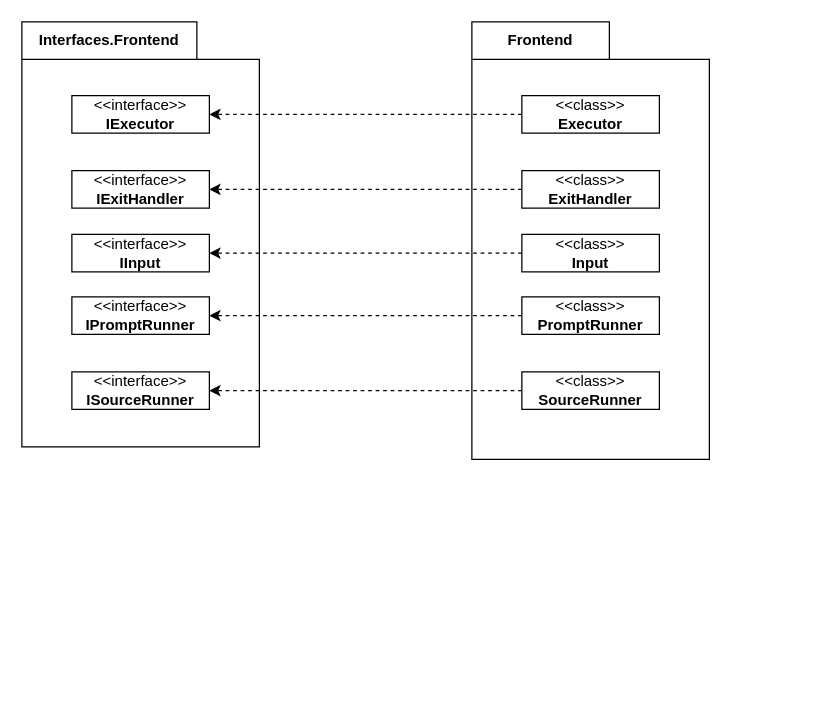
Above: cslox/doc/uml-package-diagram.drawio in sradms0/lox (draw.io), before the change. Source tidied: cells renumbered, new cells numbered last; positions are measured from the earlier drawing's top-left corner, leaving out a move shared by most shapes. Both pictures are drawn from the tidied source at 125%, with x=0, y=0 at pixel (21, 21).
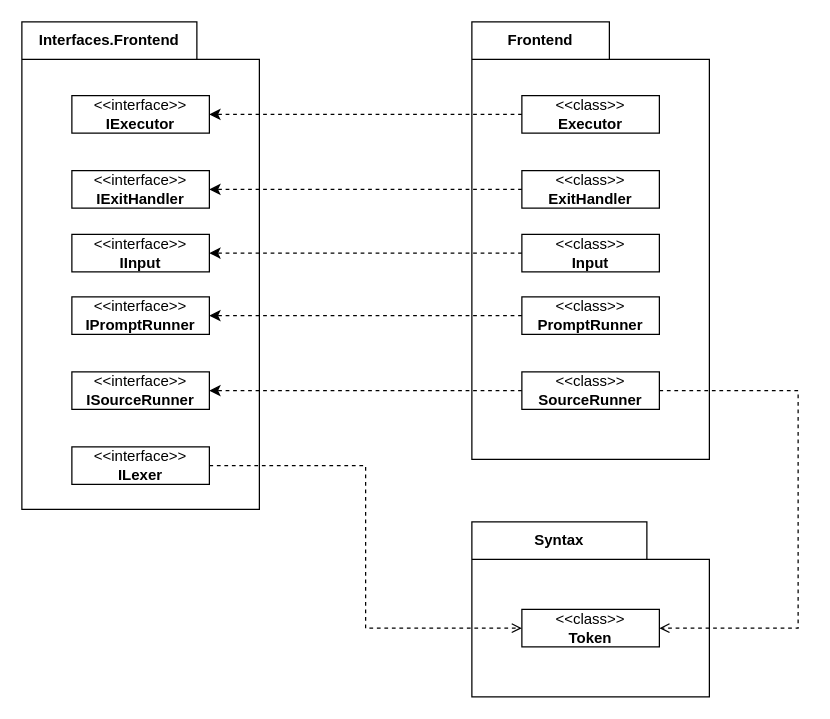
After the change.

Unchanged cells that the change refers to:
```xml
<mxCell id="12" value="&lt;div&gt;&amp;lt;&amp;lt;class&amp;gt;&amp;gt;&lt;/div&gt;&lt;b&gt;SourceRunner&lt;/b&gt;" style="html=1;whiteSpace=wrap;" parent="8" vertex="1">
  <mxGeometry x="40" y="280" width="110" height="30" as="geometry" />
</mxCell>
```

Diff of the diagram source:
```diff
@@
     <mxCell id="2" value="Interfaces.Frontend" style="shape=folder;fontStyle=1;tabWidth=140;tabHeight=30;tabPosition=left;html=1;boundedLbl=1;labelInHeader=1;whiteSpace=wrap;" parent="1" vertex="1">
-      <mxGeometry width="190" height="340" as="geometry" />
+      <mxGeometry width="190" height="390" as="geometry" />
     </mxCell>
@@
+    <mxCell id="19" value="&lt;div&gt;&amp;lt;&amp;lt;interface&amp;gt;&amp;gt;&lt;/div&gt;&lt;b&gt;ILexer&lt;/b&gt;" style="html=1;whiteSpace=wrap;" parent="2" vertex="1">
+      <mxGeometry x="40" y="340" width="110" height="30" as="geometry" />
+    </mxCell>
@@
+    <mxCell id="20" value="Syntax" style="shape=folder;fontStyle=1;tabWidth=140;tabHeight=30;tabPosition=left;html=1;boundedLbl=1;labelInHeader=1;whiteSpace=wrap;" parent="1" vertex="1">
+      <mxGeometry x="360" y="400" width="190" height="140" as="geometry" />
+    </mxCell>
+    <mxCell id="21" value="&lt;div&gt;&amp;lt;&amp;lt;class&amp;gt;&amp;gt;&lt;/div&gt;&lt;b&gt;Token&lt;/b&gt;" style="html=1;whiteSpace=wrap;" parent="20" vertex="1">
+      <mxGeometry x="40" y="70" width="110" height="30" as="geometry" />
+    </mxCell>
+    <mxCell id="22" style="edgeStyle=orthogonalEdgeStyle;rounded=0;jettySize=auto;html=1;entryX=0;entryY=0.5;entryDx=0;entryDy=0;endArrow=open;endFill=0;dashed=1;" parent="1" edge="1" source="19" target="21">
+      <mxGeometry relative="1" as="geometry" />
+    </mxCell>
+    <mxCell id="23" style="edgeStyle=orthogonalEdgeStyle;shape=connector;rounded=0;jettySize=auto;html=1;entryX=1;entryY=0.5;entryDx=0;entryDy=0;dashed=1;strokeColor=default;align=center;verticalAlign=middle;fontFamily=Helvetica;fontSize=11;fontColor=default;labelBackgroundColor=default;endArrow=open;endFill=0;" parent="1" edge="1" source="12" target="21">
+      <mxGeometry relative="1" as="geometry">
+        <Array as="points">
+          <mxPoint x="621" y="295" />
+          <mxPoint x="621" y="485" />
+        </Array>
+      </mxGeometry>
+    </mxCell>
```
